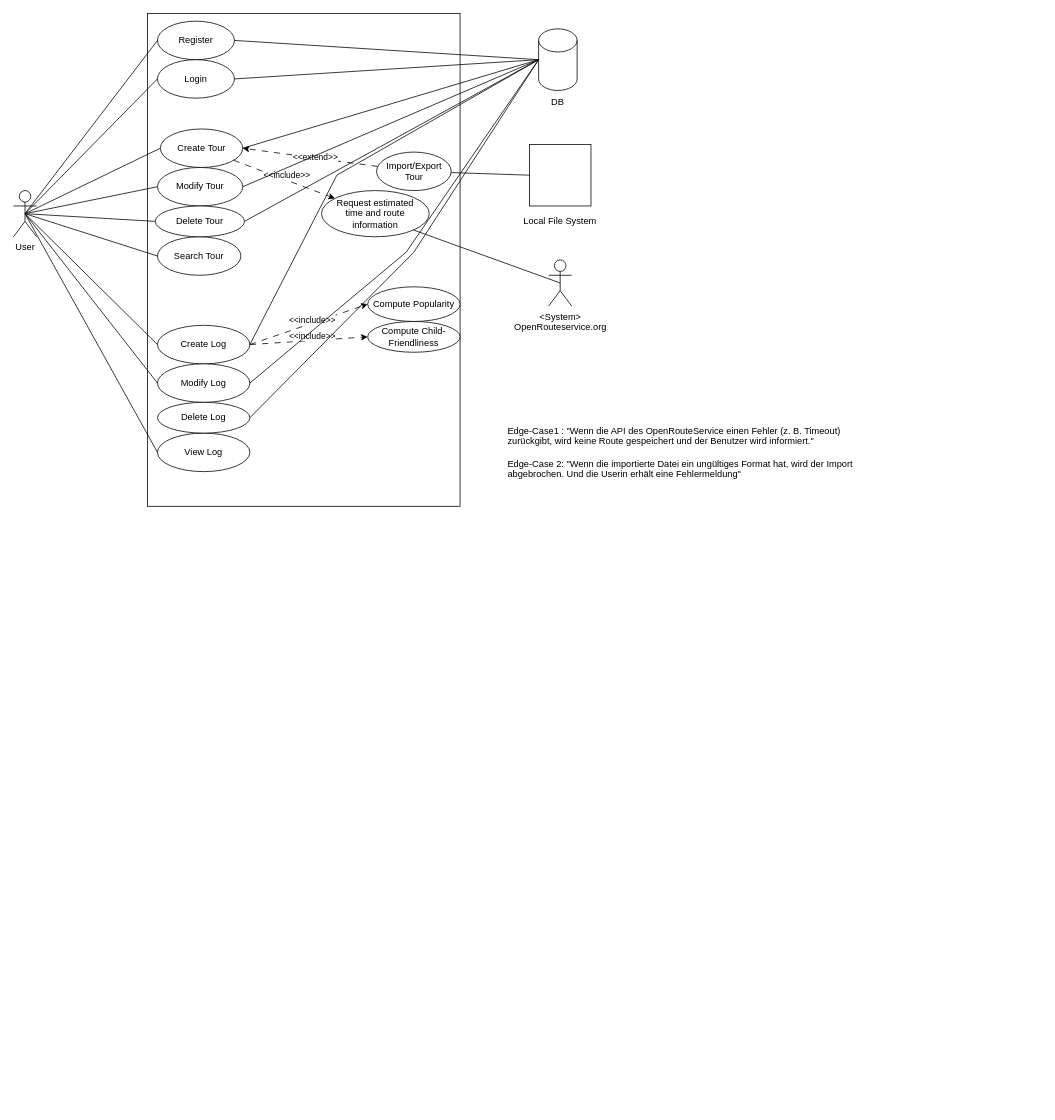
The draw.io diagram UseCase-Diagramm.drawio in ykay12/tourplanner, before the edit. Source tidied: cells renumbered, new cells numbered last; positions are measured from the earlier drawing's top-left corner, leaving out a move shared by most shapes. Both pictures are drawn from the tidied source at 77%, with x=0, y=0 at pixel (13, 13).
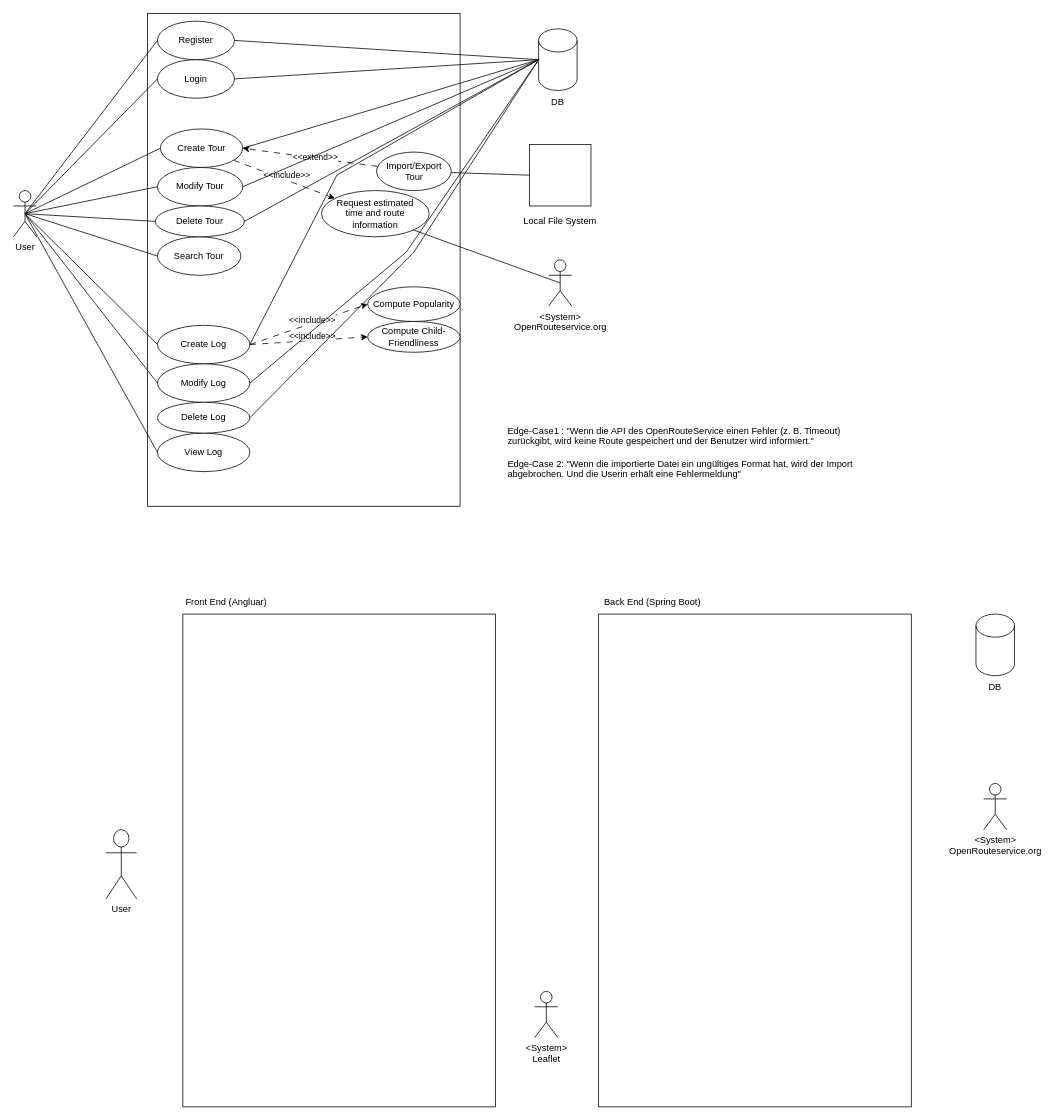
The same diagram, later.

Change to the diagram source:
```diff
@@
+    <mxCell id="51" style="rounded=0;whiteSpace=wrap;html=1;" parent="1" vertex="1">
+      <mxGeometry x="220" y="780" width="406" height="640" as="geometry" />
+    </mxCell>
+    <mxCell id="52" value="Front End (Angluar)" style="text;html=1;whiteSpace=wrap;strokeColor=none;fillColor=none;align=center;verticalAlign=middle;rounded=0;" parent="1" vertex="1">
+      <mxGeometry x="220" y="750" width="113" height="30" as="geometry" />
+    </mxCell>
+    <mxCell id="53" style="rounded=0;whiteSpace=wrap;html=1;" parent="1" vertex="1">
+      <mxGeometry x="760" y="780" width="406" height="640" as="geometry" />
+    </mxCell>
+    <mxCell id="54" value="Back End (Spring Boot)" style="text;html=1;whiteSpace=wrap;strokeColor=none;fillColor=none;align=center;verticalAlign=middle;rounded=0;" parent="1" vertex="1">
+      <mxGeometry x="760" y="750" width="140" height="30" as="geometry" />
+    </mxCell>
+    <mxCell id="55" value="User" style="shape=umlActor;verticalLabelPosition=bottom;verticalAlign=top;html=1;" parent="1" vertex="1">
+      <mxGeometry x="120" y="1060" width="40" height="90" as="geometry" />
+    </mxCell>
+    <mxCell id="56" style="shape=cylinder3;whiteSpace=wrap;html=1;boundedLbl=1;backgroundOutline=1;size=15;" parent="1" vertex="1">
+      <mxGeometry x="1250" y="780" width="50" height="80" as="geometry" />
+    </mxCell>
+    <mxCell id="57" value="DB" style="text;html=1;whiteSpace=wrap;strokeColor=none;fillColor=none;align=center;verticalAlign=middle;rounded=0;" parent="1" vertex="1">
+      <mxGeometry x="1245" y="860" width="60" height="30" as="geometry" />
+    </mxCell>
+    <mxCell id="58" value="&lt;div&gt;&amp;lt;System&amp;gt;&lt;/div&gt;OpenRouteservice.org&lt;div&gt;&lt;br&gt;&lt;/div&gt;" style="shape=umlActor;verticalLabelPosition=bottom;verticalAlign=top;html=1;" parent="1" vertex="1">
+      <mxGeometry x="1260" y="1000" width="30" height="60" as="geometry" />
+    </mxCell>
+    <mxCell id="59" value="&lt;div&gt;&amp;lt;System&amp;gt;&lt;/div&gt;Leaflet&lt;br&gt;&lt;div&gt;&lt;br&gt;&lt;/div&gt;" style="shape=umlActor;verticalLabelPosition=bottom;verticalAlign=top;html=1;" parent="1" vertex="1">
+      <mxGeometry x="677" y="1270" width="30" height="60" as="geometry" />
+    </mxCell>
```
